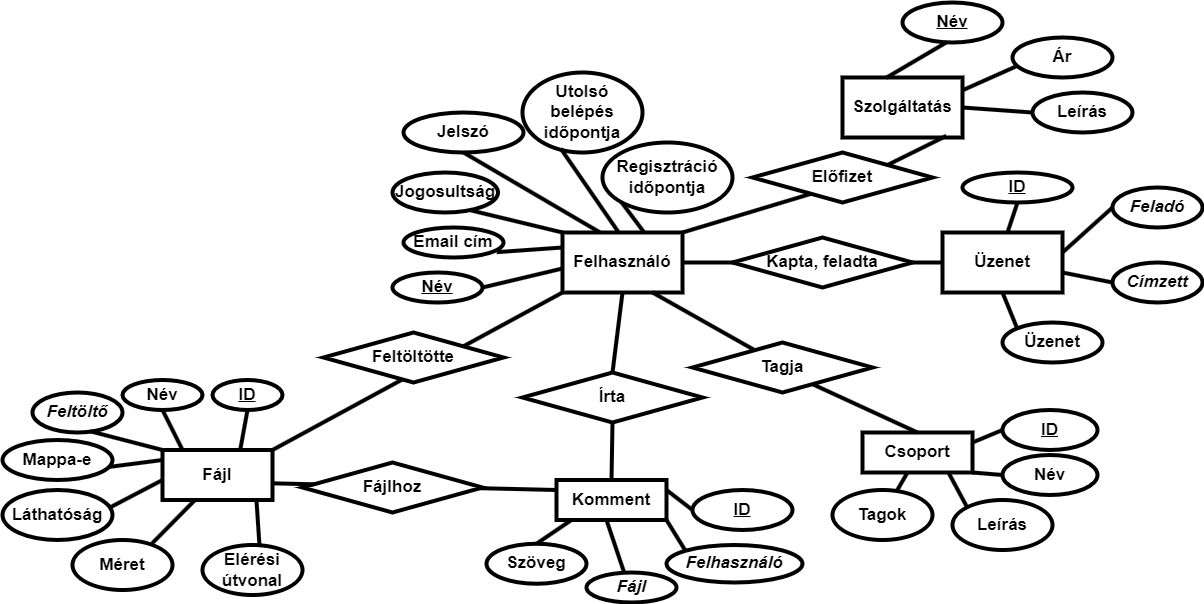
Above: docs/abrak/EK_Diagram.drawio.png in utp0/ABAlapu-Webtarhely (draw.io), before the change. Source tidied: cells renumbered, new cells last; positions are measured from the earlier drawing's top-left corner, leaving out a move shared by most shapes.
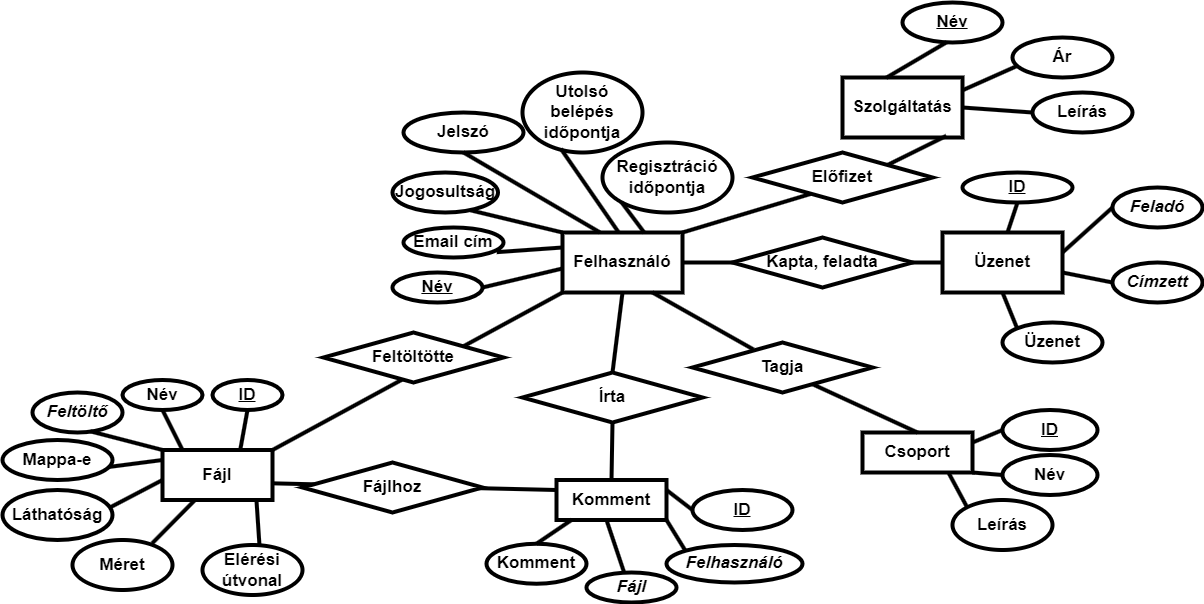
The same diagram one commit later.

Commit message:
E-K diagram módosítva

What changed in the source:
```diff
@@ -119,9 +119,6 @@
     <mxCell id="40" value="Leírás" style="ellipse;whiteSpace=wrap;html=1;fontSize=17;strokeWidth=4;fontStyle=1;" parent="1" vertex="1">
       <mxGeometry x="950" y="497.5" width="100" height="50" as="geometry" />
     </mxCell>
-    <mxCell id="41" value="Tagok" style="ellipse;whiteSpace=wrap;html=1;fontSize=17;strokeWidth=4;fontStyle=1;" parent="1" vertex="1">
-      <mxGeometry x="830" y="487.5" width="100" height="50" as="geometry" />
-    </mxCell>
     <mxCell id="42" value="ID" style="ellipse;whiteSpace=wrap;html=1;fontStyle=5;fontSize=17;strokeWidth=4;" parent="1" vertex="1">
       <mxGeometry x="690" y="487.5" width="100" height="40" as="geometry" />
     </mxCell>
@@ -131,7 +128,7 @@
     <mxCell id="44" value="Felhasználó" style="ellipse;whiteSpace=wrap;html=1;fontStyle=3;fontSize=17;strokeWidth=4;" parent="1" vertex="1">
       <mxGeometry x="664" y="542.5" width="136" height="37.5" as="geometry" />
     </mxCell>
-    <mxCell id="45" value="Szöveg" style="ellipse;whiteSpace=wrap;html=1;fontSize=17;strokeWidth=4;fontStyle=1;" parent="1" vertex="1">
+    <mxCell id="45" value="Komment" style="ellipse;whiteSpace=wrap;html=1;fontSize=17;strokeWidth=4;fontStyle=1;" parent="1" vertex="1">
       <mxGeometry x="484" y="541.2" width="100" height="40" as="geometry" />
     </mxCell>
     <mxCell id="46" style="endArrow=none;html=1;rounded=0;entryX=0.5;entryY=1;entryDx=0;entryDy=0;exitX=0.709;exitY=-0.03;exitDx=0;exitDy=0;exitPerimeter=0;fontSize=17;strokeWidth=4;fontStyle=1;" parent="1" edge="1" source="11" target="2">
@@ -197,11 +194,6 @@
     <mxCell id="62" style="endArrow=none;html=1;rounded=0;entryX=0.786;entryY=1.025;entryDx=0;entryDy=0;exitX=0;exitY=0;exitDx=0;exitDy=0;entryPerimeter=0;fontSize=17;strokeWidth=4;fontStyle=1;" parent="1" edge="1" source="40" target="10">
       <mxGeometry relative="1" as="geometry" />
     </mxCell>
-    <mxCell id="63" style="endArrow=none;html=1;rounded=0;entryX=0.5;entryY=1;entryDx=0;entryDy=0;fontSize=17;strokeWidth=4;fontStyle=1;" parent="1" edge="1" source="41">
-      <mxGeometry relative="1" as="geometry">
-        <mxPoint x="905" y="470" as="targetPoint" />
-      </mxGeometry>
-    </mxCell>
     <mxCell id="64" style="endArrow=none;html=1;rounded=0;entryX=0.5;entryY=1;entryDx=0;entryDy=0;exitX=0.5;exitY=1;exitDx=0;exitDy=0;fontSize=17;strokeWidth=4;fontStyle=1;" parent="1" edge="1" source="35">
       <mxGeometry relative="1" as="geometry">
         <mxPoint x="1005" y="230" as="targetPoint" />
```
